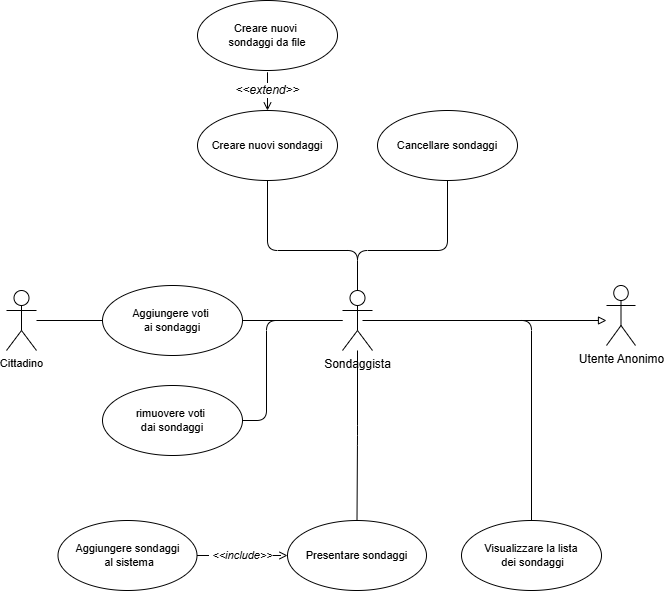
The draw.io diagram deliverable/images/UseCase_diagrams/Sondaggista.drawio.png in lucafano04/progettoIngenieriaSoftware, before a commit. Source tidied: cells renumbered, new cells last; positions are measured from the earlier drawing's top-left corner, leaving out a move shared by most shapes.
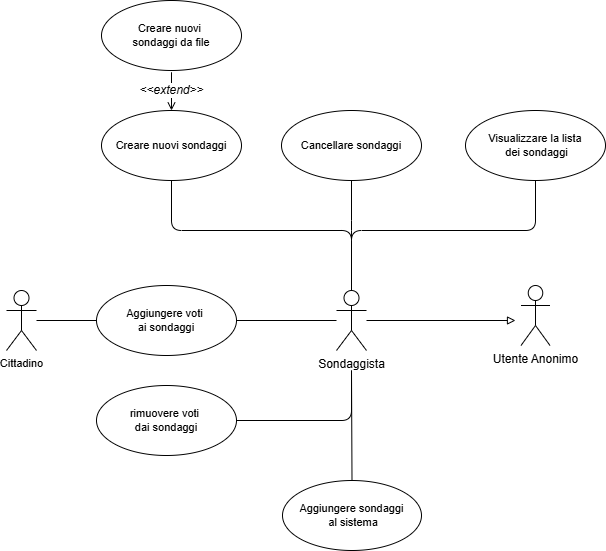
After the commit.

The edit, as a diff of the source:
```diff
@@ -1,87 +1,87 @@
-<mxGraphModel>
+<mxGraphModel background="#FFFFFF">
   <root>
     <mxCell id="0" />
     <mxCell id="1" parent="0" />
     <mxCell id="2" style="edgeStyle=orthogonalEdgeStyle;shape=connector;curved=0;rounded=1;jettySize=auto;html=1;strokeColor=default;align=center;verticalAlign=middle;fontFamily=Helvetica;fontSize=11;fontColor=default;labelBackgroundColor=default;endArrow=none;endFill=0;" parent="1" edge="1" source="8" target="18">
-      <mxGeometry relative="1" as="geometry" />
+      <mxGeometry relative="1" as="geometry">
+        <Array as="points">
+          <mxPoint x="366" y="90" />
+          <mxPoint x="550" y="90" />
+        </Array>
+      </mxGeometry>
     </mxCell>
-    <mxCell id="3" style="edgeStyle=orthogonalEdgeStyle;shape=connector;curved=0;rounded=1;jettySize=auto;html=1;strokeColor=default;align=center;verticalAlign=middle;fontFamily=Helvetica;fontSize=11;fontColor=default;labelBackgroundColor=default;endArrow=none;endFill=0;" parent="1" edge="1" source="8" target="11">
-      <mxGeometry relative="1" as="geometry" />
-    </mxCell>
     <mxCell id="4" style="edgeStyle=orthogonalEdgeStyle;shape=connector;curved=0;rounded=1;jettySize=auto;html=1;strokeColor=default;align=center;verticalAlign=middle;fontFamily=Helvetica;fontSize=11;fontColor=default;labelBackgroundColor=default;endArrow=none;endFill=0;" parent="1" edge="1" source="8" target="17">
       <mxGeometry relative="1" as="geometry">
         <Array as="points">
-          <mxPoint x="351" y="250" />
-          <mxPoint x="261" y="250" />
+          <mxPoint x="366" y="90" />
+          <mxPoint x="186" y="90" />
         </Array>
       </mxGeometry>
     </mxCell>
     <mxCell id="5" style="edgeStyle=orthogonalEdgeStyle;shape=connector;curved=0;rounded=1;jettySize=auto;html=1;strokeColor=default;align=center;verticalAlign=middle;fontFamily=Helvetica;fontSize=11;fontColor=default;labelBackgroundColor=default;endArrow=none;endFill=0;" parent="1" edge="1" source="8" target="12">
       <mxGeometry relative="1" as="geometry">
         <Array as="points">
-          <mxPoint x="351" y="250" />
-          <mxPoint x="441" y="250" />
+          <mxPoint x="366" y="90" />
+          <mxPoint x="366" y="90" />
         </Array>
       </mxGeometry>
     </mxCell>
     <mxCell id="6" style="edgeStyle=orthogonalEdgeStyle;shape=connector;curved=0;rounded=1;jettySize=auto;html=1;strokeColor=default;align=center;verticalAlign=middle;fontFamily=Helvetica;fontSize=11;fontColor=default;labelBackgroundColor=default;endArrow=none;endFill=0;" parent="1" edge="1" source="8" target="13">
       <mxGeometry relative="1" as="geometry" />
     </mxCell>
-    <mxCell id="7" style="edgeStyle=orthogonalEdgeStyle;shape=connector;curved=0;rounded=1;jettySize=auto;html=1;entryX=1;entryY=0.5;entryDx=0;entryDy=0;strokeColor=default;align=center;verticalAlign=middle;fontFamily=Helvetica;fontSize=11;fontColor=default;labelBackgroundColor=default;endArrow=none;endFill=0;" parent="1" edge="1" source="8" target="20">
-      <mxGeometry relative="1" as="geometry">
-        <Array as="points">
-          <mxPoint x="260" y="320" />
-          <mxPoint x="260" y="420" />
-        </Array>
-      </mxGeometry>
-    </mxCell>
+    <mxCell id="23" style="edgeStyle=orthogonalEdgeStyle;shape=connector;curved=0;rounded=1;jettySize=auto;html=1;entryX=1;entryY=0.5;entryDx=0;entryDy=0;strokeColor=default;align=center;verticalAlign=middle;fontFamily=Helvetica;fontSize=11;fontColor=default;labelBackgroundColor=default;endArrow=none;endFill=0;" parent="1" edge="1" target="20">
+      <mxGeometry relative="1" as="geometry">
+        <mxPoint x="366" y="230" as="sourcePoint" />
+        <Array as="points">
+          <mxPoint x="366" y="280" />
+        </Array>
+      </mxGeometry>
+    </mxCell>
     <mxCell id="8" value="Sondaggista" style="shape=umlActor;verticalLabelPosition=bottom;verticalAlign=top;html=1;outlineConnect=0;" parent="1" vertex="1">
-      <mxGeometry x="336" y="290" width="30" height="60" as="geometry" />
+      <mxGeometry x="351" y="150" width="30" height="60" as="geometry" />
     </mxCell>
-    <mxCell id="9" value="&amp;lt;&amp;lt;include&amp;gt;&amp;gt;" style="edgeStyle=orthogonalEdgeStyle;shape=connector;curved=0;rounded=1;jettySize=auto;html=1;strokeColor=default;align=center;verticalAlign=middle;fontFamily=Helvetica;fontSize=11;fontColor=default;labelBackgroundColor=default;endArrow=open;endFill=0;dashed=1;dashPattern=12 12;fontStyle=2;" parent="1" edge="1" source="10" target="11">
-      <mxGeometry relative="1" as="geometry" />
-    </mxCell>
+    <mxCell id="24" style="edgeStyle=orthogonalEdgeStyle;rounded=1;jettySize=auto;html=1;endArrow=none;endFill=0;curved=0;" parent="1" edge="1" source="10">
+      <mxGeometry relative="1" as="geometry">
+        <mxPoint x="366" y="230" as="targetPoint" />
+      </mxGeometry>
+    </mxCell>
     <mxCell id="10" value="Aggiungere sondaggi&lt;div&gt;&amp;nbsp;al sistema&lt;/div&gt;" style="ellipse;whiteSpace=wrap;html=1;fontFamily=Helvetica;fontSize=11;fontColor=default;labelBackgroundColor=default;" parent="1" vertex="1">
-      <mxGeometry x="51.5" y="520" width="139" height="70" as="geometry" />
+      <mxGeometry x="297" y="340" width="139" height="70" as="geometry" />
     </mxCell>
-    <mxCell id="11" value="Presentare sondaggi" style="ellipse;whiteSpace=wrap;html=1;fontFamily=Helvetica;fontSize=11;fontColor=default;labelBackgroundColor=default;" parent="1" vertex="1">
-      <mxGeometry x="281" y="520" width="139" height="70" as="geometry" />
-    </mxCell>
     <mxCell id="12" value="Cancellare sondaggi" style="ellipse;whiteSpace=wrap;html=1;fontFamily=Helvetica;fontSize=11;fontColor=default;labelBackgroundColor=default;" parent="1" vertex="1">
-      <mxGeometry x="371" y="110" width="140" height="70" as="geometry" />
+      <mxGeometry x="296" y="-30" width="140" height="70" as="geometry" />
     </mxCell>
     <mxCell id="13" value="Aggiungere voti&amp;nbsp;&lt;div&gt;ai sondaggi&lt;/div&gt;" style="ellipse;whiteSpace=wrap;html=1;fontFamily=Helvetica;fontSize=11;fontColor=default;labelBackgroundColor=default;" parent="1" vertex="1">
-      <mxGeometry x="96" y="285" width="140" height="70" as="geometry" />
+      <mxGeometry x="111" y="145" width="140" height="70" as="geometry" />
     </mxCell>
     <mxCell id="14" style="edgeStyle=orthogonalEdgeStyle;shape=connector;curved=0;rounded=1;jettySize=auto;html=1;strokeColor=default;align=center;verticalAlign=middle;fontFamily=Helvetica;fontSize=11;fontColor=default;labelBackgroundColor=default;endArrow=none;endFill=0;" parent="1" edge="1" source="15" target="13">
       <mxGeometry relative="1" as="geometry" />
     </mxCell>
     <mxCell id="15" value="Cittadino" style="shape=umlActor;verticalLabelPosition=bottom;verticalAlign=top;html=1;fontFamily=Helvetica;fontSize=11;fontColor=default;labelBackgroundColor=default;" parent="1" vertex="1">
-      <mxGeometry y="290" width="30" height="60" as="geometry" />
+      <mxGeometry x="21" y="150" width="30" height="60" as="geometry" />
     </mxCell>
     <mxCell id="16" value="&lt;i&gt;&lt;font style=&quot;font-size: 12px;&quot;&gt;&amp;lt;&amp;lt;extend&amp;gt;&amp;gt;&lt;/font&gt;&lt;/i&gt;" style="edgeStyle=orthogonalEdgeStyle;shape=connector;curved=0;rounded=1;jettySize=auto;html=1;entryX=0.5;entryY=1;entryDx=0;entryDy=0;dashed=1;dashPattern=12 12;strokeColor=default;align=center;verticalAlign=middle;fontFamily=Helvetica;fontSize=11;fontColor=default;labelBackgroundColor=default;startArrow=open;startFill=0;endArrow=none;endFill=0;" parent="1" edge="1" source="17" target="19">
       <mxGeometry relative="1" as="geometry" />
     </mxCell>
     <mxCell id="17" value="Creare nuovi sondaggi" style="ellipse;whiteSpace=wrap;html=1;fontFamily=Helvetica;fontSize=11;fontColor=default;labelBackgroundColor=default;" parent="1" vertex="1">
-      <mxGeometry x="191" y="110" width="140" height="70" as="geometry" />
+      <mxGeometry x="116" y="-30" width="140" height="70" as="geometry" />
     </mxCell>
     <mxCell id="18" value="Visualizzare la lista&lt;div&gt;&amp;nbsp;dei sondaggi&lt;/div&gt;" style="ellipse;whiteSpace=wrap;html=1;fontFamily=Helvetica;fontSize=11;fontColor=default;labelBackgroundColor=default;" parent="1" vertex="1">
-      <mxGeometry x="455" y="520" width="140" height="70" as="geometry" />
+      <mxGeometry x="480" y="-30" width="140" height="70" as="geometry" />
     </mxCell>
     <mxCell id="19" value="Creare nuovi&amp;nbsp;&lt;div&gt;sondaggi da file&lt;/div&gt;" style="ellipse;whiteSpace=wrap;html=1;fontFamily=Helvetica;fontSize=11;fontColor=default;labelBackgroundColor=default;" parent="1" vertex="1">
-      <mxGeometry x="191" width="140" height="70" as="geometry" />
+      <mxGeometry x="116" y="-140" width="140" height="70" as="geometry" />
     </mxCell>
     <mxCell id="20" value="rimuovere voti&amp;nbsp;&lt;div&gt;dai sondaggi&lt;/div&gt;" style="ellipse;whiteSpace=wrap;html=1;fontFamily=Helvetica;fontSize=11;fontColor=default;labelBackgroundColor=default;" parent="1" vertex="1">
-      <mxGeometry x="96" y="385" width="140" height="70" as="geometry" />
+      <mxGeometry x="111" y="245" width="140" height="70" as="geometry" />
     </mxCell>
-    <mxCell id="21" style="edgeStyle=orthogonalEdgeStyle;shape=connector;curved=0;rounded=1;orthogonalLoop=1;jettySize=auto;html=1;strokeColor=default;align=center;verticalAlign=middle;fontFamily=Helvetica;fontSize=11;fontColor=default;labelBackgroundColor=default;endArrow=block;endFill=0;" parent="1" edge="1">
-      <mxGeometry relative="1" as="geometry">
-        <mxPoint x="356" y="320" as="sourcePoint" />
-        <mxPoint x="600" y="320" as="targetPoint" />
-      </mxGeometry>
-    </mxCell>
+    <mxCell id="25" style="edgeStyle=orthogonalEdgeStyle;shape=connector;curved=0;rounded=1;jettySize=auto;html=1;strokeColor=default;align=center;verticalAlign=middle;fontFamily=Helvetica;fontSize=11;fontColor=default;labelBackgroundColor=default;endArrow=block;endFill=0;" parent="1" edge="1" source="8">
+      <mxGeometry relative="1" as="geometry">
+        <mxPoint x="530" y="180" as="targetPoint" />
+      </mxGeometry>
+    </mxCell>
     <mxCell id="22" value="Utente Anonimo" style="shape=umlActor;verticalLabelPosition=bottom;verticalAlign=top;html=1;" parent="1" vertex="1">
-      <mxGeometry x="600" y="285" width="29" height="60" as="geometry" />
+      <mxGeometry x="535.5" y="145" width="29" height="60" as="geometry" />
     </mxCell>
   </root>
 </mxGraphModel>
```
